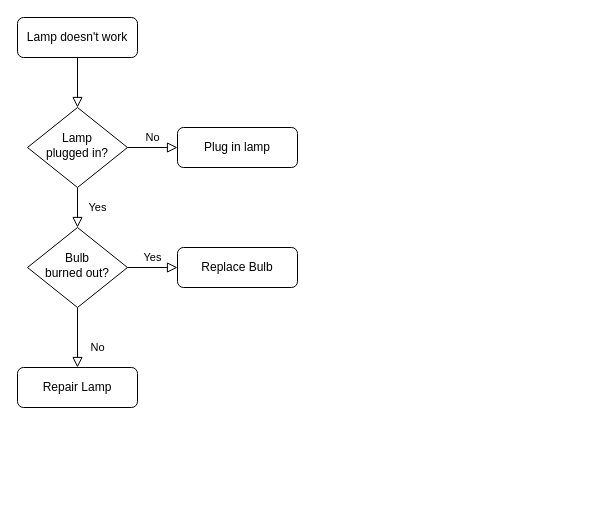
The draw.io diagram 流程图.drawio in DeveloperH/blog, before the edit. Source tidied: cells renumbered, new cells numbered last; positions are measured from the earlier drawing's top-left corner, leaving out a move shared by most shapes. Both pictures are drawn from the tidied source at 100%, with x=0, y=0 at pixel (17, 17).
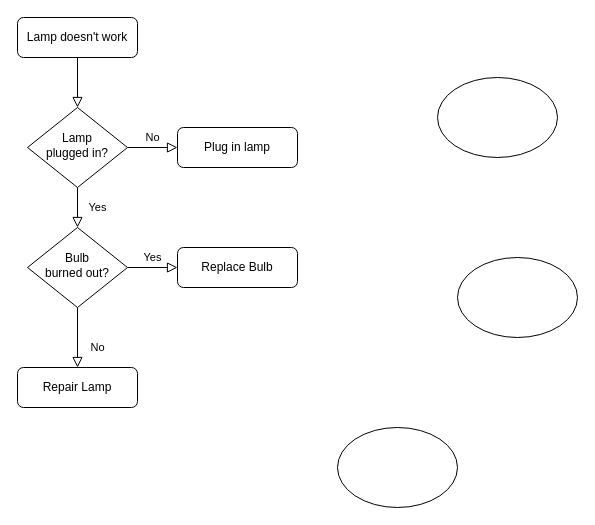
The same page after the edit.

Commit message:
更新流程图.drawio

Change to the diagram source:
```diff
@@
 <mxGraphModel>
   <root>
     <mxCell id="0" />
     <mxCell id="1" parent="0" />
     <mxCell id="2" style="rounded=0;html=1;jettySize=auto;fontSize=11;endArrow=block;endFill=0;endSize=8;strokeWidth=1;shadow=0;labelBackgroundColor=none;edgeStyle=orthogonalEdgeStyle;" parent="1" edge="1" source="3" target="6">
       <mxGeometry relative="1" as="geometry" />
     </mxCell>
     <mxCell id="3" value="Lamp doesn't work" style="rounded=1;whiteSpace=wrap;html=1;fontSize=12;glass=0;strokeWidth=1;shadow=0;" parent="1" vertex="1">
       <mxGeometry width="120" height="40" as="geometry" />
     </mxCell>
     <mxCell id="4" value="Yes" style="rounded=0;html=1;jettySize=auto;fontSize=11;endArrow=block;endFill=0;endSize=8;strokeWidth=1;shadow=0;labelBackgroundColor=none;edgeStyle=orthogonalEdgeStyle;" parent="1" edge="1" source="6" target="10">
       <mxGeometry y="20" relative="1" as="geometry" />
     </mxCell>
     <mxCell id="5" value="No" style="edgeStyle=orthogonalEdgeStyle;rounded=0;html=1;jettySize=auto;fontSize=11;endArrow=block;endFill=0;endSize=8;strokeWidth=1;shadow=0;labelBackgroundColor=none;" parent="1" edge="1" source="6" target="7">
       <mxGeometry y="10" relative="1" as="geometry" />
     </mxCell>
     <mxCell id="6" value="Lamp&lt;br&gt;plugged in?" style="rhombus;whiteSpace=wrap;html=1;shadow=0;fontFamily=Helvetica;fontSize=12;align=center;strokeWidth=1;spacing=6;spacingTop=-4;" parent="1" vertex="1">
       <mxGeometry x="10" y="90" width="100" height="80" as="geometry" />
     </mxCell>
     <mxCell id="7" value="Plug in lamp" style="rounded=1;whiteSpace=wrap;html=1;fontSize=12;glass=0;strokeWidth=1;shadow=0;" parent="1" vertex="1">
       <mxGeometry x="160" y="110" width="120" height="40" as="geometry" />
     </mxCell>
     <mxCell id="8" value="No" style="rounded=0;html=1;jettySize=auto;fontSize=11;endArrow=block;endFill=0;endSize=8;strokeWidth=1;shadow=0;labelBackgroundColor=none;edgeStyle=orthogonalEdgeStyle;" parent="1" edge="1" source="10" target="11">
       <mxGeometry x="0.33" y="20" relative="1" as="geometry" />
     </mxCell>
     <mxCell id="9" value="Yes" style="edgeStyle=orthogonalEdgeStyle;rounded=0;html=1;jettySize=auto;fontSize=11;endArrow=block;endFill=0;endSize=8;strokeWidth=1;shadow=0;labelBackgroundColor=none;" parent="1" edge="1" source="10" target="12">
       <mxGeometry y="10" relative="1" as="geometry" />
     </mxCell>
     <mxCell id="10" value="Bulb&lt;br&gt;burned out?" style="rhombus;whiteSpace=wrap;html=1;shadow=0;fontFamily=Helvetica;fontSize=12;align=center;strokeWidth=1;spacing=6;spacingTop=-4;" parent="1" vertex="1">
       <mxGeometry x="10" y="210" width="100" height="80" as="geometry" />
     </mxCell>
     <mxCell id="11" value="Repair Lamp" style="rounded=1;whiteSpace=wrap;html=1;fontSize=12;glass=0;strokeWidth=1;shadow=0;" parent="1" vertex="1">
       <mxGeometry y="350" width="120" height="40" as="geometry" />
     </mxCell>
     <mxCell id="12" value="Replace Bulb" style="rounded=1;whiteSpace=wrap;html=1;fontSize=12;glass=0;strokeWidth=1;shadow=0;" parent="1" vertex="1">
       <mxGeometry x="160" y="230" width="120" height="40" as="geometry" />
     </mxCell>
+    <mxCell id="13" style="ellipse;whiteSpace=wrap;html=1;" parent="1" vertex="1">
+      <mxGeometry x="420" y="60" width="120" height="80" as="geometry" />
+    </mxCell>
+    <mxCell id="14" style="ellipse;whiteSpace=wrap;html=1;" parent="1" vertex="1">
+      <mxGeometry x="440" y="240" width="120" height="80" as="geometry" />
+    </mxCell>
+    <mxCell id="15" style="ellipse;whiteSpace=wrap;html=1;" parent="1" vertex="1">
+      <mxGeometry x="320" y="410" width="120" height="80" as="geometry" />
+    </mxCell>
   </root>
 </mxGraphModel>
```
